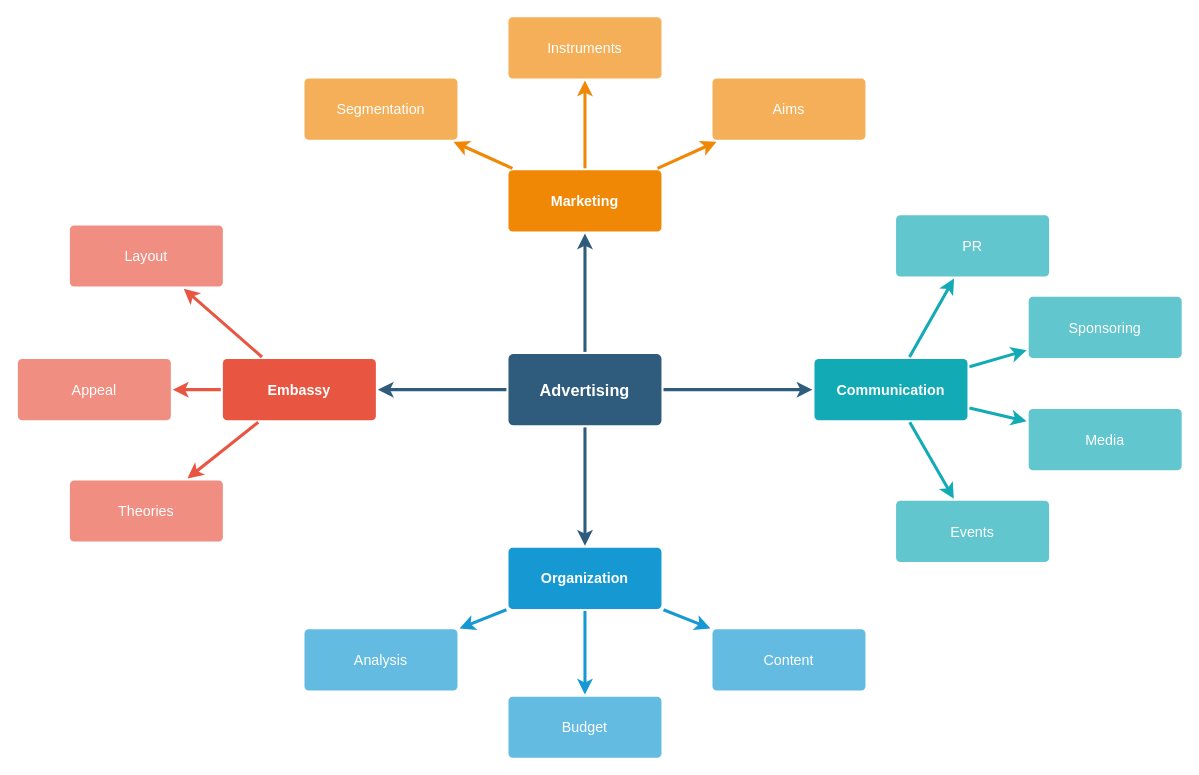
Earlier version of the draw.io diagram 美one-脑图.drawio (rockywade/draw). Source tidied: cells renumbered, new cells numbered last; positions are measured from the earlier drawing's top-left corner, leaving out a move shared by most shapes. Both pictures are drawn from the tidied source at 102%, with x=0, y=0 at pixel (17, 16).
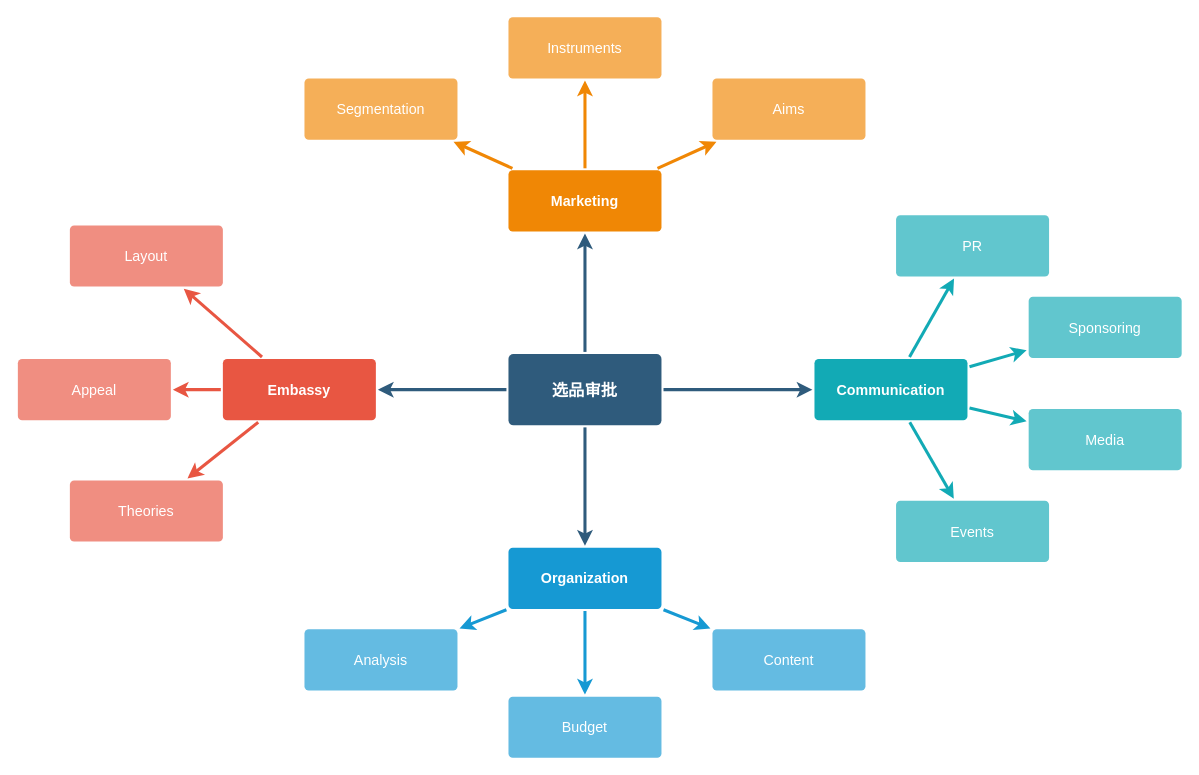
The same diagram, later.

Commit message:
更新美one-脑图.drawio

What changed in the source:
```diff
@@
-    <mxCell id="6" value="Advertising" style="rounded=1;whiteSpace=wrap;html=1;shadow=0;labelBackgroundColor=none;strokeColor=none;strokeWidth=3;fillColor=#2F5B7C;fontFamily=Helvetica;fontSize=16;fontColor=#FFFFFF;align=center;fontStyle=1;spacing=5;arcSize=7;perimeterSpacing=2;" parent="1" vertex="1">
+    <mxCell id="6" value="选品审批" style="rounded=1;whiteSpace=wrap;html=1;shadow=0;labelBackgroundColor=none;strokeColor=none;strokeWidth=3;fillColor=#2F5B7C;fontFamily=Helvetica;fontSize=16;fontColor=#FFFFFF;align=center;fontStyle=1;spacing=5;arcSize=7;perimeterSpacing=2;" parent="1" vertex="1">
       <mxGeometry x="481" y="330.5" width="150" height="70" as="geometry" />
     </mxCell>
```
